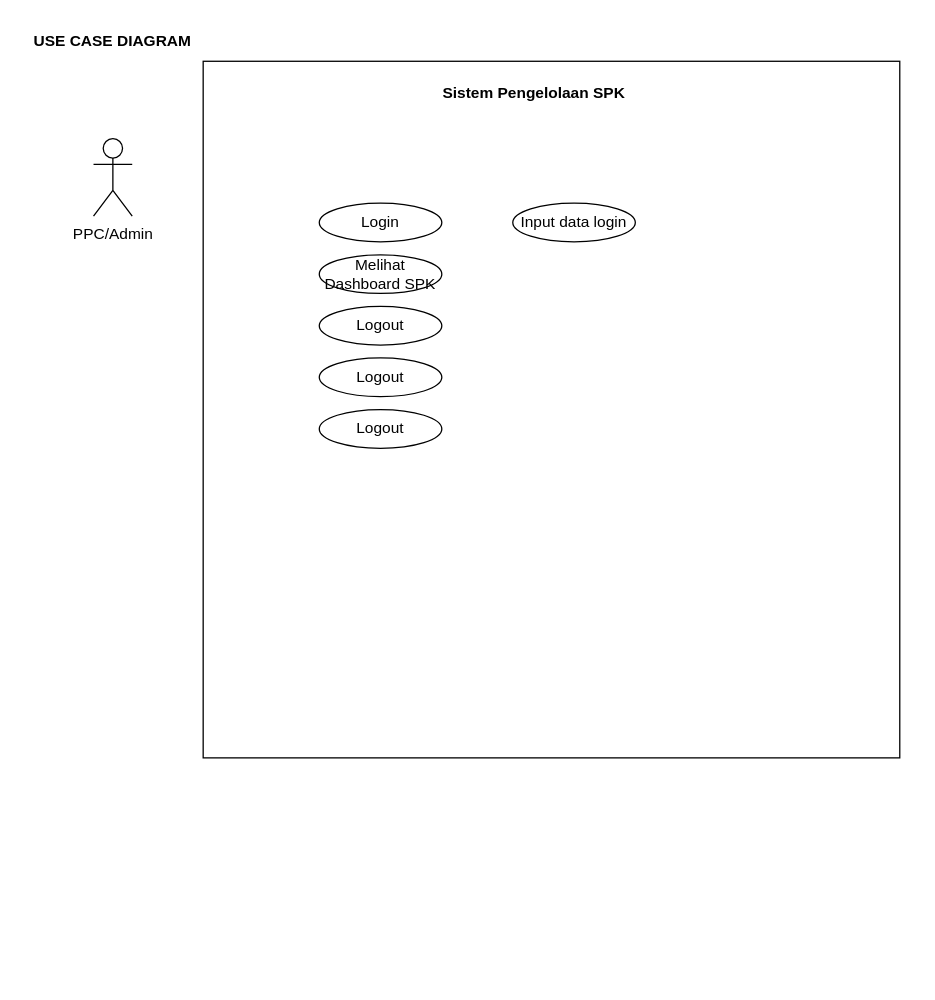
This is Untitled Diagram.drawio from rdhst/ERD-Draw-IO, a draw.io file, before an edit. Source tidied: cells renumbered, new cells numbered last; positions are measured from the earlier drawing's top-left corner, leaving out a move shared by most shapes. Both pictures are drawn from the tidied source at 129%, with x=0, y=0 at pixel (22, 22).
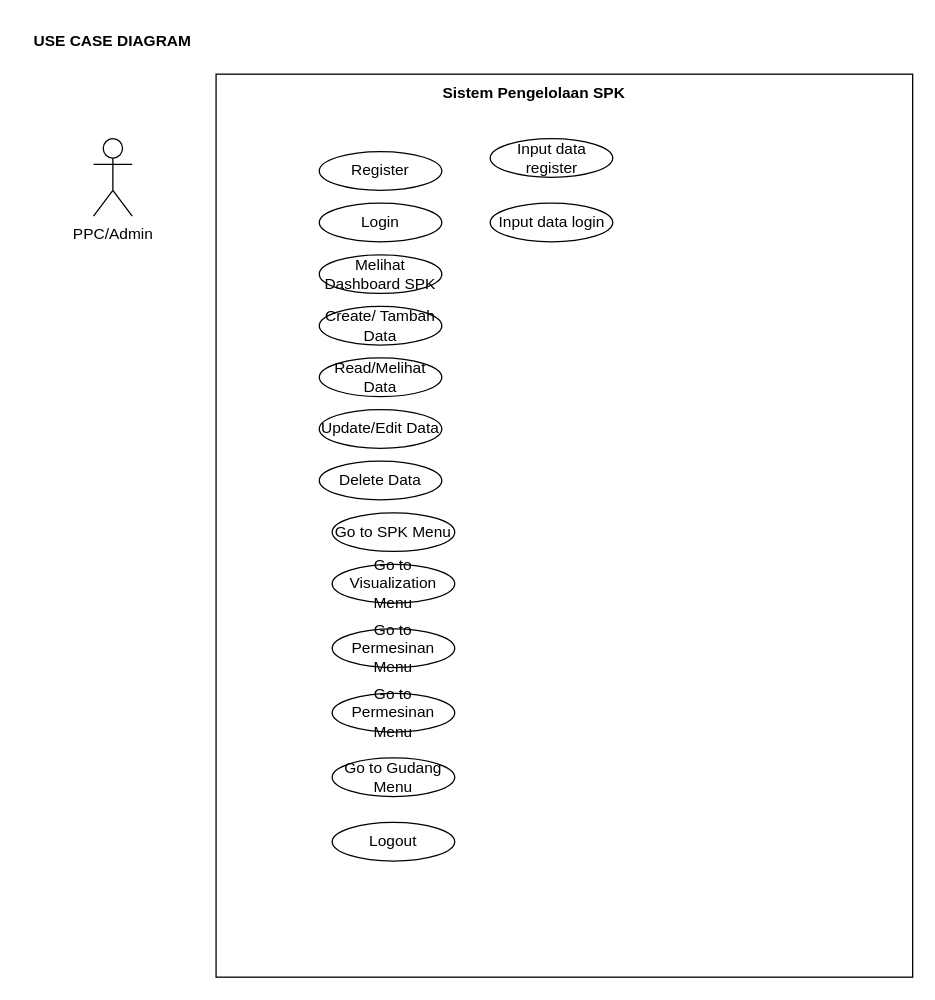
After the change.

What changed in the source:
```diff
@@
+    <mxCell id="12" style="rounded=0;whiteSpace=wrap;html=1;" parent="1" vertex="1">
+      <mxGeometry x="150" y="40" width="540" height="700" as="geometry" />
+    </mxCell>
@@
-    <mxCell id="4" style="whiteSpace=wrap;html=1;" parent="1" vertex="1">
-      <mxGeometry x="140" y="30" width="540" height="540" as="geometry" />
-    </mxCell>
@@
     <mxCell id="7" value="Input data login" style="ellipse;whiteSpace=wrap;html=1;" parent="1" vertex="1">
-      <mxGeometry x="380" y="140" width="95" height="30" as="geometry" />
+      <mxGeometry x="362.5" y="140" width="95" height="30" as="geometry" />
     </mxCell>
-    <mxCell id="8" value="Logout" style="ellipse;whiteSpace=wrap;html=1;" parent="1" vertex="1">
-      <mxGeometry x="230" y="260" width="95" height="30" as="geometry" />
+    <mxCell id="8" value="Register" style="ellipse;whiteSpace=wrap;html=1;" parent="1" vertex="1">
+      <mxGeometry x="230" y="100" width="95" height="30" as="geometry" />
     </mxCell>
@@
-    <mxCell id="10" value="Logout" style="ellipse;whiteSpace=wrap;html=1;" parent="1" vertex="1">
+    <mxCell id="10" value="Create/ Tambah Data" style="ellipse;whiteSpace=wrap;html=1;" parent="1" vertex="1">
       <mxGeometry x="230" y="220" width="95" height="30" as="geometry" />
     </mxCell>
     <mxCell id="11" value="Logout" style="ellipse;whiteSpace=wrap;html=1;" parent="1" vertex="1">
-      <mxGeometry x="230" y="300" width="95" height="30" as="geometry" />
+      <mxGeometry x="240" y="620" width="95" height="30" as="geometry" />
     </mxCell>
+    <mxCell id="13" value="Read/Melihat Data" style="ellipse;whiteSpace=wrap;html=1;" parent="1" vertex="1">
+      <mxGeometry x="230" y="260" width="95" height="30" as="geometry" />
+    </mxCell>
+    <mxCell id="14" value="Update/Edit Data" style="ellipse;whiteSpace=wrap;html=1;" parent="1" vertex="1">
+      <mxGeometry x="230" y="300" width="95" height="30" as="geometry" />
+    </mxCell>
+    <mxCell id="15" value="Delete Data" style="ellipse;whiteSpace=wrap;html=1;" parent="1" vertex="1">
+      <mxGeometry x="230" y="340" width="95" height="30" as="geometry" />
+    </mxCell>
+    <mxCell id="16" value="Input data register" style="ellipse;whiteSpace=wrap;html=1;" parent="1" vertex="1">
+      <mxGeometry x="362.5" y="90" width="95" height="30" as="geometry" />
+    </mxCell>
+    <mxCell id="17" value="Go to SPK Menu" style="ellipse;whiteSpace=wrap;html=1;" parent="1" vertex="1">
+      <mxGeometry x="240" y="380" width="95" height="30" as="geometry" />
+    </mxCell>
+    <mxCell id="18" value="Go to Visualization Menu" style="ellipse;whiteSpace=wrap;html=1;" parent="1" vertex="1">
+      <mxGeometry x="240" y="420" width="95" height="30" as="geometry" />
+    </mxCell>
+    <mxCell id="19" value="Go to Permesinan Menu" style="ellipse;whiteSpace=wrap;html=1;" parent="1" vertex="1">
+      <mxGeometry x="240" y="470" width="95" height="30" as="geometry" />
+    </mxCell>
+    <mxCell id="20" value="Go to Permesinan Menu" style="ellipse;whiteSpace=wrap;html=1;" parent="1" vertex="1">
+      <mxGeometry x="240" y="520" width="95" height="30" as="geometry" />
+    </mxCell>
+    <mxCell id="21" value="Go to Gudang Menu" style="ellipse;whiteSpace=wrap;html=1;" parent="1" vertex="1">
+      <mxGeometry x="240" y="570" width="95" height="30" as="geometry" />
+    </mxCell>
```
